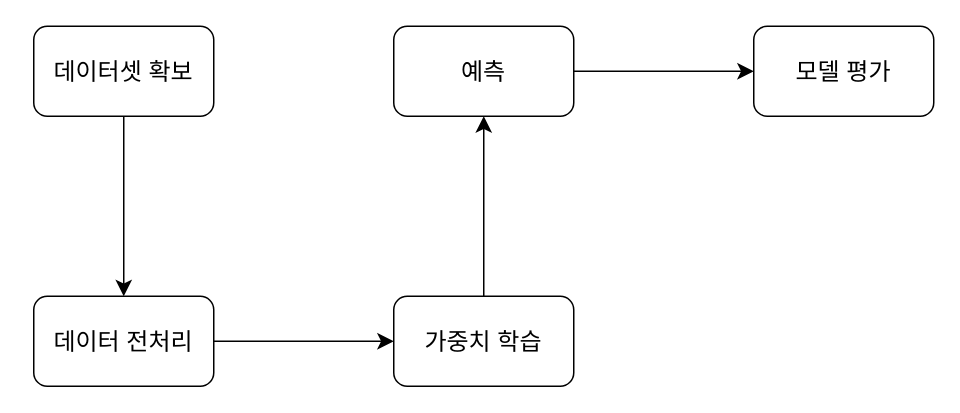
Above: 제목 없는 다이어그램.drawio in daejlee/korean-malicious-comments-dataset (draw.io), before the change. Source tidied: cells renumbered, new cells numbered last; positions are measured from the earlier drawing's top-left corner, leaving out a move shared by most shapes. Both pictures are drawn from the tidied source at 150%, with x=0, y=0 at pixel (33, 26).
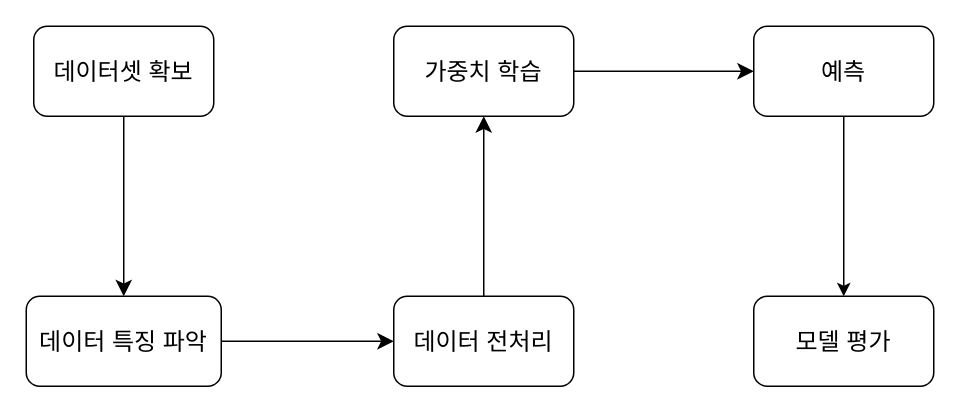
Above is the later version.

Commit message:
순서도 업데이트

Diff of the diagram source:
```diff
@@
 <mxGraphModel>
   <root>
     <mxCell id="0" />
     <mxCell id="1" parent="0" />
     <mxCell id="2" style="edgeStyle=none;curved=1;rounded=0;jettySize=auto;html=1;fontSize=12;startSize=8;endSize=8;" parent="1" edge="1" source="3" target="9">
       <mxGeometry relative="1" as="geometry" />
     </mxCell>
-    <mxCell id="3" value="데이터 전처리" style="whiteSpace=wrap;html=1;rounded=1;glass=0;strokeWidth=1;shadow=0;fontSize=16;" parent="1" vertex="1">
-      <mxGeometry y="180" width="120" height="60" as="geometry" />
+    <mxCell id="3" value="데이터 특징 파악" style="whiteSpace=wrap;html=1;rounded=1;glass=0;strokeWidth=1;shadow=0;fontSize=16;" parent="1" vertex="1">
+      <mxGeometry x="-5" y="180" width="130" height="60" as="geometry" />
     </mxCell>
     <mxCell id="4" style="edgeStyle=none;curved=1;rounded=0;jettySize=auto;html=1;fontSize=12;startSize=8;endSize=8;" parent="1" edge="1" source="5" target="3">
       <mxGeometry relative="1" as="geometry" />
     </mxCell>
     <mxCell id="5" value="데이터셋 확보" style="whiteSpace=wrap;html=1;fontSize=16;rounded=1;glass=0;strokeWidth=1;shadow=0;" parent="1" vertex="1">
       <mxGeometry width="120" height="60" as="geometry" />
     </mxCell>
     <mxCell id="6" style="edgeStyle=none;curved=1;rounded=0;jettySize=auto;html=1;fontSize=12;startSize=8;endSize=8;" parent="1" edge="1" source="7" target="10">
       <mxGeometry relative="1" as="geometry" />
     </mxCell>
-    <mxCell id="7" value="예측" style="whiteSpace=wrap;html=1;fontSize=16;rounded=1;glass=0;strokeWidth=1;shadow=0;" parent="1" vertex="1">
+    <mxCell id="7" value="가중치 학습" style="whiteSpace=wrap;html=1;fontSize=16;rounded=1;glass=0;strokeWidth=1;shadow=0;" parent="1" vertex="1">
       <mxGeometry x="240" width="120" height="60" as="geometry" />
     </mxCell>
     <mxCell id="8" style="edgeStyle=none;curved=1;rounded=0;jettySize=auto;html=1;fontSize=12;startSize=8;endSize=8;" parent="1" edge="1" source="9" target="7">
       <mxGeometry relative="1" as="geometry" />
     </mxCell>
-    <mxCell id="9" value="가중치 학습" style="whiteSpace=wrap;html=1;fontSize=16;rounded=1;glass=0;strokeWidth=1;shadow=0;" parent="1" vertex="1">
+    <mxCell id="9" value="데이터 전처리" style="whiteSpace=wrap;html=1;fontSize=16;rounded=1;glass=0;strokeWidth=1;shadow=0;" parent="1" vertex="1">
       <mxGeometry x="240" y="180" width="120" height="60" as="geometry" />
     </mxCell>
+    <mxCell id="11" style="edgeStyle=orthogonalEdgeStyle;rounded=0;jettySize=auto;html=1;exitX=0.5;exitY=1;exitDx=0;exitDy=0;" parent="1" edge="1" source="10" target="12">
+      <mxGeometry relative="1" as="geometry" />
+    </mxCell>
-    <mxCell id="10" value="모델 평가" style="whiteSpace=wrap;html=1;fontSize=16;rounded=1;glass=0;strokeWidth=1;shadow=0;" parent="1" vertex="1">
+    <mxCell id="10" value="예측&lt;br&gt;" style="whiteSpace=wrap;html=1;fontSize=16;rounded=1;glass=0;strokeWidth=1;shadow=0;" parent="1" vertex="1">
       <mxGeometry x="480" width="120" height="60" as="geometry" />
     </mxCell>
+    <mxCell id="12" value="모델 평가&lt;br&gt;" style="whiteSpace=wrap;html=1;fontSize=16;rounded=1;glass=0;strokeWidth=1;shadow=0;" parent="1" vertex="1">
+      <mxGeometry x="480" y="180" width="120" height="60" as="geometry" />
+    </mxCell>
   </root>
 </mxGraphModel>
```
